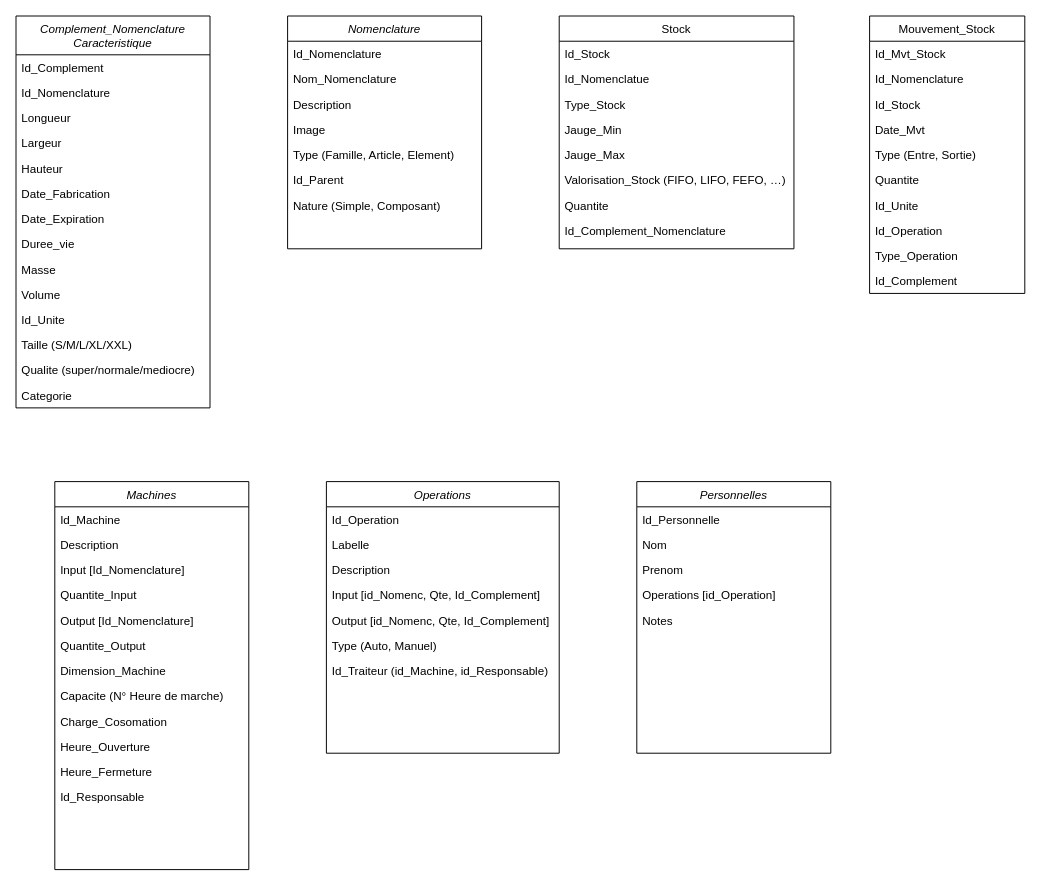
The draw.io diagram Diagrame_2022_03_30.drawio in AbdelazizBs/GPAO-SpringApp, before the edit. Source tidied: cells renumbered, new cells numbered last; positions are measured from the earlier drawing's top-left corner, leaving out a move shared by most shapes. Both pictures are drawn from the tidied source at 97%, with x=0, y=0 at pixel (16, 16).
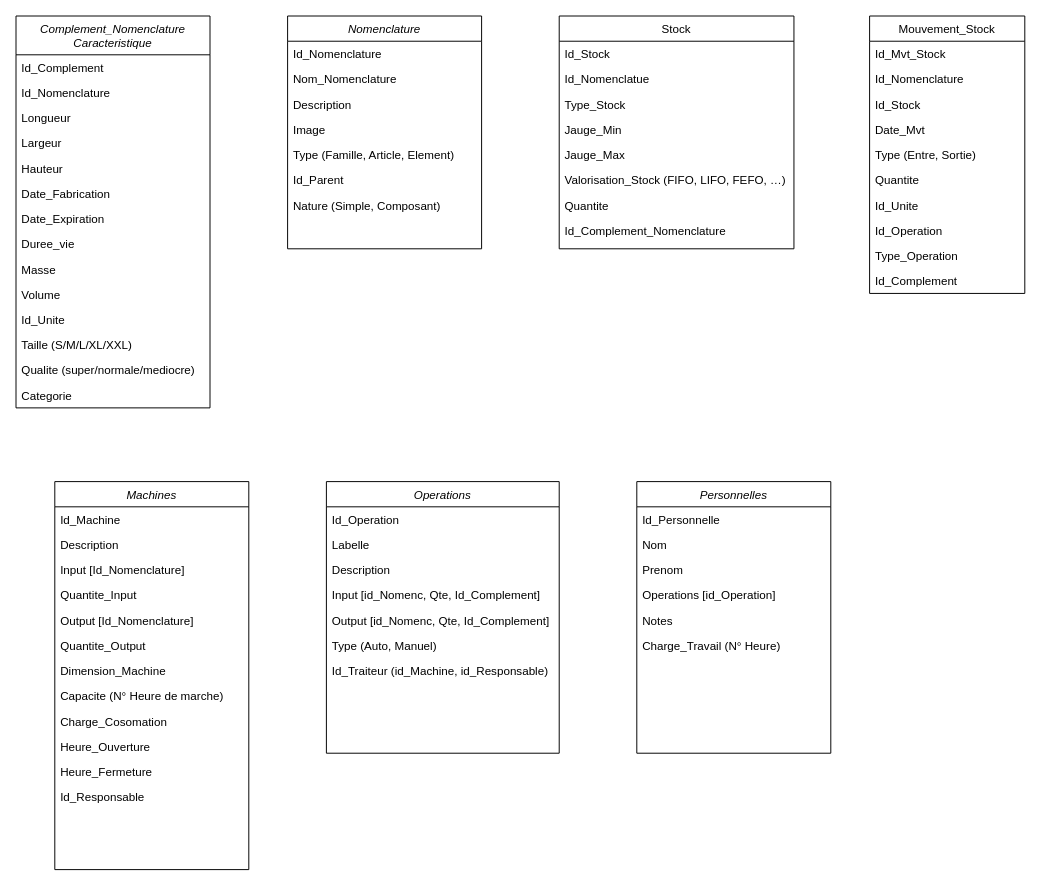
Above is the later version.

The change refers to these unchanged cells:
```xml
<mxCell id="66" value="Personnelles" style="swimlane;fontStyle=2;align=center;verticalAlign=top;horizontal=1;startSize=26;rounded=0;shadow=0;strokeWidth=1;" parent="1" vertex="1">
  <mxGeometry x="640" y="480" width="200" height="280" as="geometry" />
</mxCell>
```

Diff of the diagram source:
```diff
@@
+    <mxCell id="72" value="Charge_Travail (N° Heure)" style="text;align=left;verticalAlign=top;spacingLeft=4;spacingRight=4;overflow=hidden;rounded=0;shadow=0;html=0;" parent="66" vertex="1">
+      <mxGeometry y="156" width="200" height="26" as="geometry" />
+    </mxCell>
```
